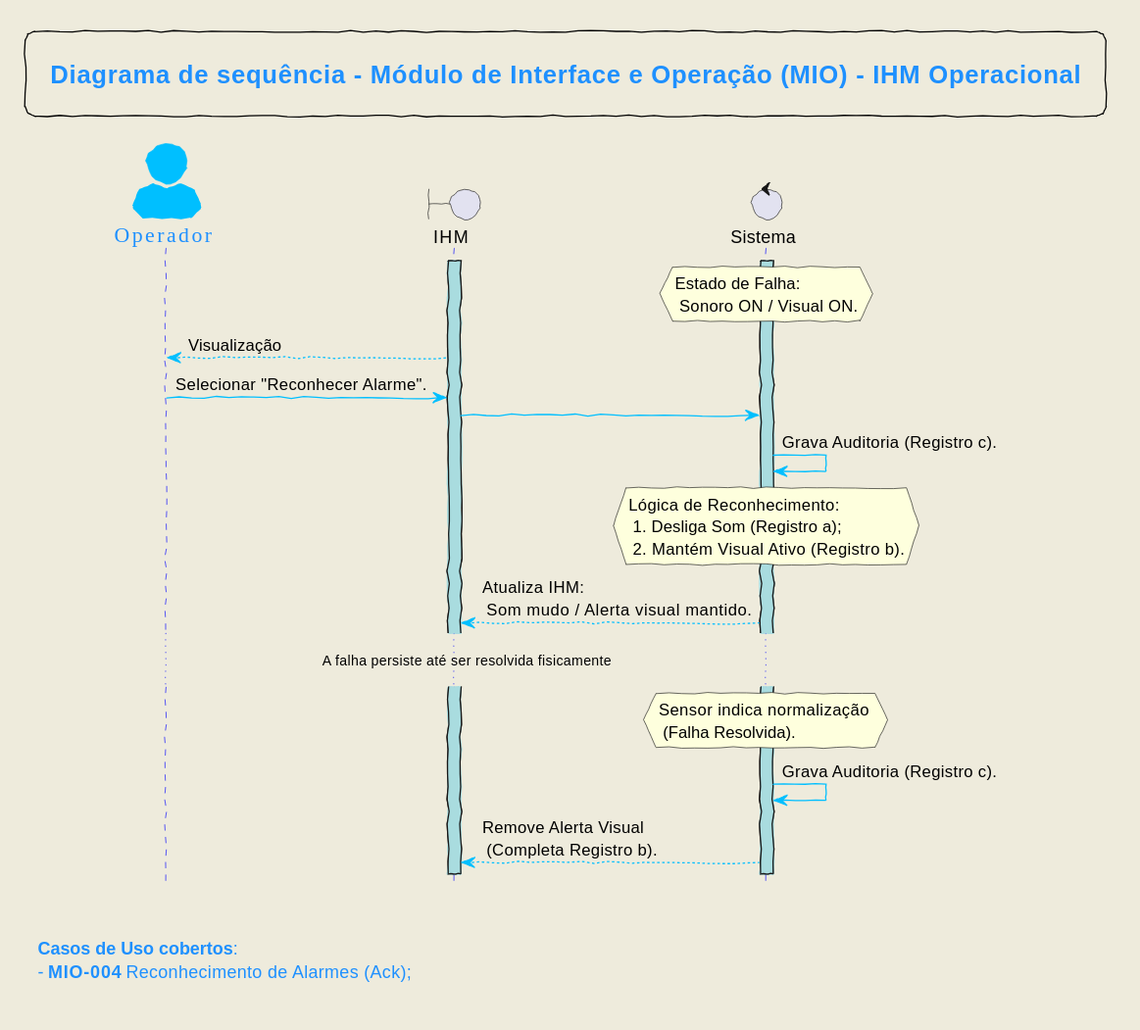
This is diagramas_svg/DS-IHM-004.svg from Embrapac/diagramas, a PlantUML export, as it was before one commit.
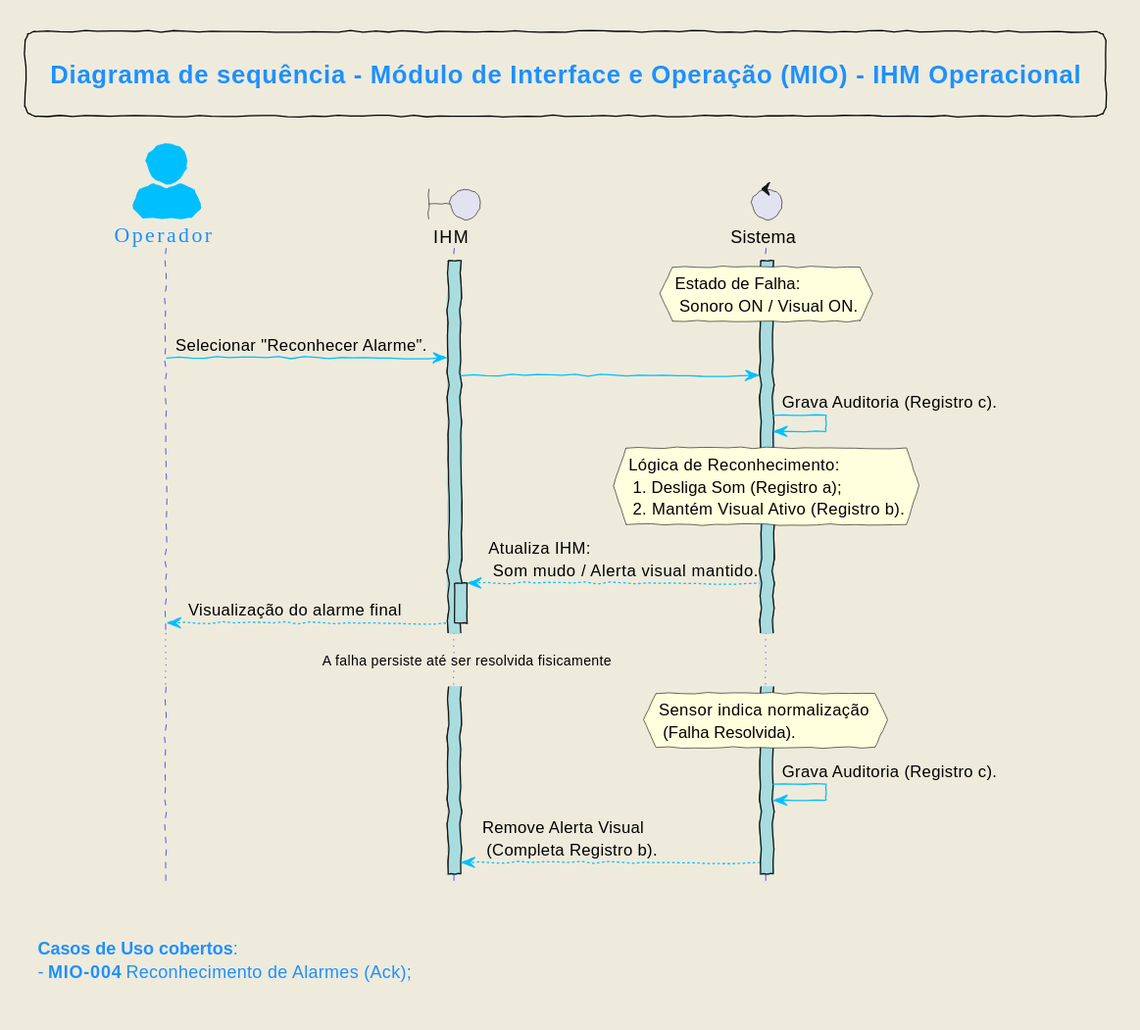
After the change.

Commit message:
Atualização do DS-IHM-004

What changed in the source:
```diff
@@ -11,7 +11,6 @@
 
 hnote over ST: Estado de Falha: \n Sonoro ON / Visual ON.
 
-IHM --> "OP": Visualização
 OP -> IHM: Selecionar "Reconhecer Alarme".
 IHM -> ST
 ST -> ST: Grava Auditoria (Registro c).
@@ -19,8 +18,11 @@
 
 hnote over ST: Lógica de Reconhecimento: \n 1. Desliga Som (Registro a); \n 2. Mantém Visual Ativo (Registro b).
 
+
 ST --> IHM: Atualiza IHM: \n Som mudo / Alerta visual mantido.
-
+activate IHM
+IHM --> "OP": Visualização do alarme final
+deactivate IHM
 ... A falha persiste até ser resolvida fisicamente ...
 
 hnote over ST: Sensor indica normalização \n (Falha Resolvida).
```
